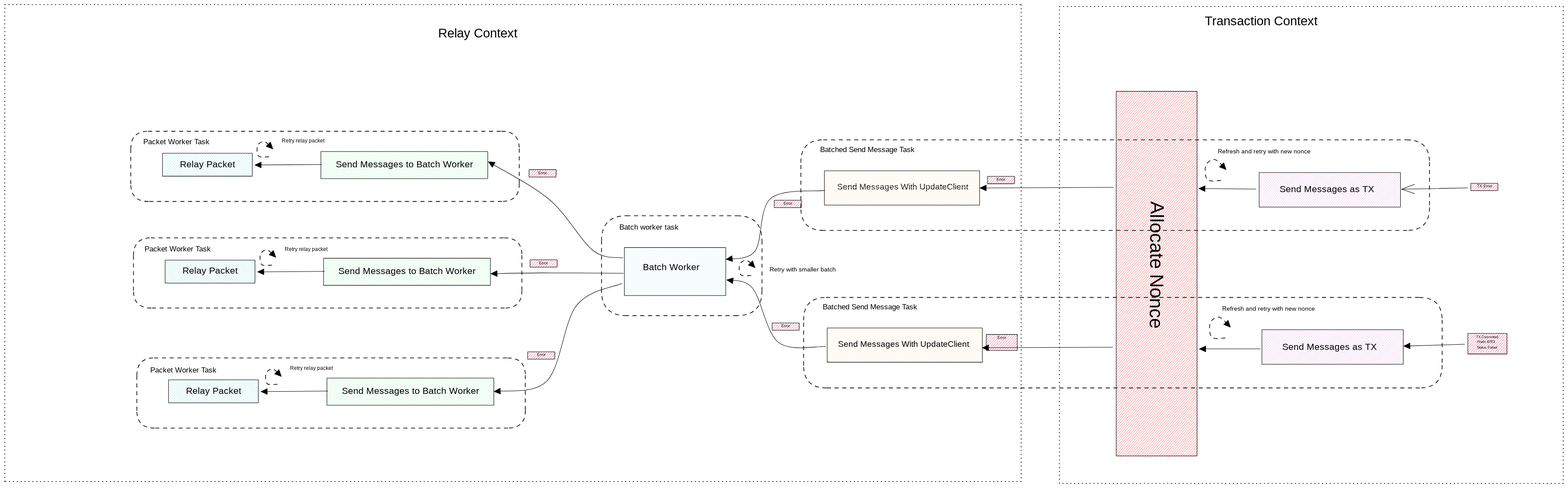
Above: docs/architecture/assets/concurrency-architecture-3.svg in informalsystems/hermes (Excalidraw), before the change. Source tidied: one line per element, renumbered; positions are measured from the earlier drawing's top-left corner, leaving out a move shared by most shapes.
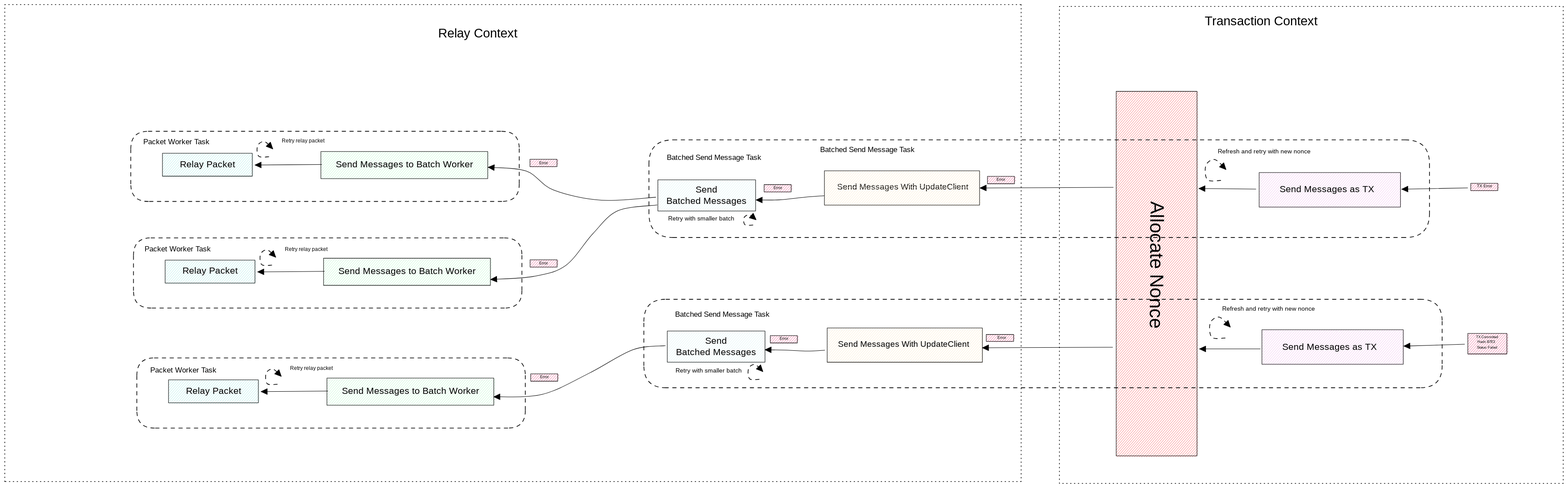
Later version of the same file.

Commit message:
Finish second section for concurrency architecture

The edit, as a diff of the source:
```diff
@@ -1,8 +1,8 @@
-{"id": 0, "type": "rectangle", "strokeColor": "#000000", "backgroundColor": "#e64980", "fillStyle": "hachure", "strokeWidth": 1, "roughness": 0, "x": 1150, "y": 362, "width": 59, "height": 16}
+{"id": 0, "type": "rectangle", "strokeColor": "#000000", "backgroundColor": "#e64980", "fillStyle": "hachure", "strokeWidth": 1, "roughness": 0, "x": 1152, "y": 339, "width": 59, "height": 16}
 {"id": 1, "type": "rectangle", "strokeColor": "#000000", "backgroundColor": "#e64980", "fillStyle": "hachure", "strokeWidth": 1, "roughness": 0, "x": 1152, "y": 560, "width": 59, "height": 16}
-{"id": 2, "type": "rectangle", "strokeColor": "#000000", "backgroundColor": "#e64980", "fillStyle": "hachure", "strokeWidth": 1, "roughness": 0, "x": 1147, "y": 762, "width": 59, "height": 16}
+{"id": 2, "type": "rectangle", "strokeColor": "#000000", "backgroundColor": "#e64980", "fillStyle": "hachure", "strokeWidth": 1, "roughness": 0, "x": 1154, "y": 810, "width": 59, "height": 16}
-{"id": 3, "type": "rectangle", "strokeColor": "#000000", "backgroundColor": "#e64980", "fillStyle": "hachure", "strokeWidth": 1, "roughness": 0, "x": 1683, "y": 698, "width": 59, "height": 16}
+{"id": 3, "type": "rectangle", "strokeColor": "#000000", "backgroundColor": "#e64980", "fillStyle": "hachure", "strokeWidth": 1, "roughness": 0, "x": 1679, "y": 726, "width": 59, "height": 16}
-{"id": 4, "type": "rectangle", "strokeColor": "#000000", "backgroundColor": "#e64980", "fillStyle": "hachure", "strokeWidth": 1, "roughness": 0, "x": 1688, "y": 429, "width": 59, "height": 16}
+{"id": 4, "type": "rectangle", "strokeColor": "#000000", "backgroundColor": "#e64980", "fillStyle": "hachure", "strokeWidth": 1, "roughness": 0, "x": 1666, "y": 395, "width": 59, "height": 16}
 {"id": 5, "type": "rectangle", "strokeColor": "#000000", "backgroundColor": "#e64980", "fillStyle": "hachure", "strokeWidth": 1, "roughness": 0, "x": 2156, "y": 377, "width": 59, "height": 16}
-{"id": 6, "type": "rectangle", "strokeColor": "#000000", "backgroundColor": "#e64980", "fillStyle": "hachure", "strokeWidth": 1, "roughness": 0, "x": 2153, "y": 724, "width": 68, "height": 35}
+{"id": 6, "type": "rectangle", "strokeColor": "#000000", "backgroundColor": "#e64980", "fillStyle": "hachure", "strokeWidth": 1, "roughness": 0, "x": 2153, "y": 723, "width": 60, "height": 15}
 {"id": 7, "type": "rectangle", "strokeColor": "#000000", "backgroundColor": "#e64980", "fillStyle": "hachure", "strokeWidth": 1, "roughness": 0, "x": 3210, "y": 721, "width": 86, "height": 45}
@@ -12,3 +12,2 @@
 {"id": 11, "type": "rectangle", "strokeColor": "#000000", "backgroundColor": "#fa5252", "fillStyle": "hachure", "strokeWidth": 1, "roughness": 0, "x": 2438, "y": 190, "width": 177, "height": 799}
-{"id": 12, "type": "rectangle", "strokeColor": "#000000", "backgroundColor": "#d4f1f4", "fillStyle": "hachure", "strokeWidth": 1, "roughness": 0, "x": 1359, "y": 533, "width": 222, "height": 105}
 {"id": 13, "type": "rectangle", "strokeColor": "#000000", "backgroundColor": "#a0e7e5", "fillStyle": "hachure", "strokeWidth": 1, "roughness": 0, "x": 346, "y": 326, "width": 197, "height": 50}
@@ -18,3 +17,3 @@
 {"id": 17, "type": "rectangle", "strokeColor": "#000000", "backgroundColor": "#b4f8c8", "fillStyle": "hachure", "strokeWidth": 1, "roughness": 0, "x": 699, "y": 556, "width": 366, "height": 60}
-{"id": 18, "type": "rectangle", "strokeColor": "#000000", "backgroundColor": "#b4f8c8", "fillStyle": "hachure", "strokeWidth": 1, "roughness": 0, "x": 693, "y": 322, "width": 366, "height": 60}
+{"id": 18, "type": "rectangle", "strokeColor": "#000000", "backgroundColor": "#b4f8c8", "fillStyle": "hachure", "strokeWidth": 1, "roughness": 0, "x": 694, "y": 322, "width": 366, "height": 60}
 {"id": 19, "type": "text", "text": "Relay Context", "strokeColor": "#000000", "strokeWidth": 1, "roughness": 0, "fontSize": 28, "fontFamily": 1, "textAlign": "center", "x": 938, "y": 47, "width": 199, "height": 35}
@@ -36,9 +35,5 @@
 {"id": 35, "type": "text", "text": "Packet Worker Task", "strokeColor": "#000000", "strokeWidth": 1, "roughness": 0, "fontSize": 16, "fontFamily": 1, "textAlign": "center", "x": 310, "y": 793, "width": 164, "height": 20}
-{"id": 36, "type": "text", "text": "Batch Worker", "strokeColor": "#000000", "backgroundColor": "#d4f1f4", "fillStyle": "hachure", "strokeWidth": 1, "roughness": 0, "fontSize": 20, "fontFamily": 1, "textAlign": "center", "x": 1395, "y": 566, "width": 135, "height": 25}
-{"id": 37, "type": "arrow", "strokeColor": "#000000", "strokeWidth": 1, "roughness": 0, "startArrowhead": "triangle", "from": 18, "to": 12, "x": 1061, "y": 345, "width": 295, "height": 211, "points": [[0, 0], [134, 83], [229, 194], [295, 211]]}
-{"id": 38, "type": "arrow", "strokeColor": "#000000", "strokeWidth": 1, "roughness": 0, "startArrowhead": "triangle", "from": 17, "to": 12, "x": 1067, "y": 590, "width": 291, "height": 2, "points": [[0, 0], [111, -2], [291, -1]]}
-{"id": 39, "type": "arrow", "strokeColor": "#000000", "strokeWidth": 1, "roughness": 0, "startArrowhead": "triangle", "from": 16, "to": 12, "x": 1074, "y": 849, "width": 281, "height": 237, "points": [[0, 0], [116, -24], [180, -188], [281, -237]]}
 {"id": 40, "type": "text", "text": "Send Messages With UpdateClient", "strokeColor": "#000000", "backgroundColor": "#fbe7c6", "fillStyle": "hachure", "strokeWidth": 1, "roughness": 0, "fontSize": 17.69, "fontFamily": 1, "textAlign": "center", "x": 1822, "y": 391, "width": 296, "height": 22}
 {"id": 41, "type": "rectangle", "strokeColor": "#000000", "backgroundColor": "#fbe7c6", "fillStyle": "hachure", "strokeWidth": 1, "roughness": 0, "x": 1798, "y": 365, "width": 340, "height": 75}
-{"id": 42, "type": "rectangle", "strokeColor": "#000000", "strokeWidth": 1, "strokeStyle": "dashed", "roughness": 0, "x": 1746, "y": 297, "width": 1379, "height": 199}
+{"id": 42, "type": "rectangle", "strokeColor": "#000000", "strokeWidth": 1, "strokeStyle": "dashed", "roughness": 0, "x": 1413, "y": 297, "width": 1712, "height": 214}
 {"id": 43, "type": "rectangle", "strokeColor": "#000000", "strokeWidth": 1, "strokeStyle": "dotted", "roughness": 0, "x": 0, "y": 0, "width": 2230, "height": 1046}
@@ -48,7 +43,5 @@
 {"id": 47, "type": "rectangle", "strokeColor": "#000000", "backgroundColor": "#fbe7c6", "fillStyle": "hachure", "strokeWidth": 1, "roughness": 0, "x": 1804, "y": 709, "width": 340, "height": 75}
-{"id": 48, "type": "rectangle", "strokeColor": "#000000", "strokeWidth": 1, "strokeStyle": "dashed", "roughness": 0, "x": 1753, "y": 642, "width": 1401, "height": 199}
+{"id": 48, "type": "rectangle", "strokeColor": "#000000", "strokeWidth": 1, "strokeStyle": "dashed", "roughness": 0, "x": 1402, "y": 646, "width": 1751, "height": 194}
-{"id": 49, "type": "text", "text": "Batched Send Message Task", "strokeColor": "#000000", "strokeWidth": 1, "strokeStyle": "dotted", "roughness": 0, "fontSize": 16, "fontFamily": 1, "textAlign": "center", "x": 1782, "y": 655, "width": 232, "height": 20}
+{"id": 49, "type": "text", "text": "Batched Send Message Task", "strokeColor": "#000000", "strokeWidth": 1, "strokeStyle": "dotted", "roughness": 0, "fontSize": 16, "fontFamily": 1, "textAlign": "center", "x": 1458, "y": 671, "width": 232, "height": 20}
 {"id": 50, "type": "text", "text": "Send Messages as TX", "strokeColor": "#000000", "backgroundColor": "#eeb5eb", "fillStyle": "hachure", "strokeWidth": 1, "roughness": 0, "fontSize": 20, "fontFamily": 1, "textAlign": "center", "x": 2796, "y": 740, "width": 221, "height": 25}
-{"id": 51, "type": "arrow", "strokeColor": "#000000", "strokeWidth": 1, "roughness": 0, "startArrowhead": "triangle", "from": 12, "x": 1583, "y": 559, "width": 216, "height": 151, "points": [[0, 0], [64, -19], [97, -133], [216, -151]]}
-{"id": 52, "type": "arrow", "strokeColor": "#000000", "strokeWidth": 1, "roughness": 0, "startArrowhead": "triangle", "from": 12, "to": 47, "x": 1584, "y": 604, "width": 216, "height": 146, "points": [[0, 0], [57, 18], [113, 137], [216, 146]]}
 {"id": 53, "type": "arrow", "strokeColor": "#000000", "strokeWidth": 1, "roughness": 0, "startArrowhead": "triangle", "from": 41, "to": 11, "x": 2140, "y": 402, "width": 292, "height": 1, "points": [[0, 0], [292, -1]]}
@@ -57,3 +50,3 @@
 {"id": 56, "type": "arrow", "strokeColor": "#000000", "strokeWidth": 1, "roughness": 0, "startArrowhead": "triangle", "from": 11, "to": 9, "x": 2621, "y": 755, "width": 133, "height": 0, "points": [[0, 0], [133, 0]]}
-{"id": 57, "type": "arrow", "strokeColor": "#000000", "strokeWidth": 1, "roughness": 0, "startArrowhead": "arrow", "from": 10, "to": 8, "x": 3065, "y": 405, "width": 145, "height": 3, "points": [[0, 0], [145, -3]]}
+{"id": 57, "type": "arrow", "strokeColor": "#000000", "strokeWidth": 1, "roughness": 0, "startArrowhead": "triangle", "from": 10, "to": 8, "x": 3065, "y": 405, "width": 145, "height": 3, "points": [[0, 0], [145, -3]]}
 {"id": 58, "type": "arrow", "strokeColor": "#000000", "strokeWidth": 1, "roughness": 0, "startArrowhead": "triangle", "from": 9, "to": 7, "x": 3069, "y": 749, "width": 133, "height": 4, "points": [[0, 0], [133, -4]]}
@@ -65,3 +58,3 @@
 {"id": 64, "type": "text", "text": "Error", "strokeColor": "#000000", "strokeWidth": 1, "roughness": 0, "fontSize": 8.7, "fontFamily": 1, "textAlign": "center", "x": 2175, "y": 727, "width": 24, "height": 11}
-{"id": 65, "type": "text", "text": "Send Messages With UpdateClient", "strokeColor": "#000000", "backgroundColor": "#fbe7c6", "fillStyle": "hachure", "strokeWidth": 1, "roughness": 0, "fontSize": 17.69, "fontFamily": 1, "textAlign": "center", "x": 1823, "y": 736, "width": 296, "height": 22}
+{"id": 65, "type": "text", "text": "Send Messages With UpdateClient", "strokeColor": "#000000", "backgroundColor": "#fbe7c6", "fillStyle": "hachure", "strokeWidth": 1, "roughness": 0, "fontSize": 17.69, "fontFamily": 1, "textAlign": "center", "x": 1824, "y": 735, "width": 296, "height": 22}
 {"id": 66, "type": "text", "text": "Status: Failed", "strokeColor": "#000000", "strokeWidth": 1, "roughness": 0, "fontSize": 7.84, "fontFamily": 1, "textAlign": "center", "x": 3223, "y": 748, "width": 58, "height": 10}
@@ -71,7 +64,7 @@
 {"id": 70, "type": "text", "text": "Refresh and retry with new nonce", "strokeColor": "#000000", "backgroundColor": "#ffaebc", "fillStyle": "hachure", "strokeWidth": 1, "strokeStyle": "dashed", "roughness": 0, "fontSize": 13.43, "fontFamily": 1, "textAlign": "center", "x": 2662, "y": 661, "width": 222, "height": 17}
-{"id": 71, "type": "text", "text": "Error", "strokeColor": "#000000", "backgroundColor": "#e64980", "fillStyle": "hachure", "strokeWidth": 1, "roughness": 0, "fontSize": 8.7, "fontFamily": 1, "textAlign": "center", "x": 1706, "y": 432, "width": 24, "height": 11}
+{"id": 71, "type": "text", "text": "Error", "strokeColor": "#000000", "backgroundColor": "#e64980", "fillStyle": "hachure", "strokeWidth": 1, "roughness": 0, "fontSize": 8.7, "fontFamily": 1, "textAlign": "center", "x": 1684, "y": 397, "width": 24, "height": 11}
-{"id": 72, "type": "text", "text": "Error", "strokeColor": "#000000", "backgroundColor": "#e64980", "fillStyle": "hachure", "strokeWidth": 1, "roughness": 0, "fontSize": 8.7, "fontFamily": 1, "textAlign": "center", "x": 1701, "y": 701, "width": 24, "height": 11}
+{"id": 72, "type": "text", "text": "Error", "strokeColor": "#000000", "backgroundColor": "#e64980", "fillStyle": "hachure", "strokeWidth": 1, "roughness": 0, "fontSize": 8.7, "fontFamily": 1, "textAlign": "center", "x": 1697, "y": 729, "width": 24, "height": 11}
-{"id": 73, "type": "text", "text": "Error", "strokeColor": "#000000", "strokeWidth": 1, "roughness": 0, "fontSize": 8.7, "fontFamily": 1, "textAlign": "center", "x": 1168, "y": 366, "width": 24, "height": 11}
+{"id": 73, "type": "text", "text": "Error", "strokeColor": "#000000", "strokeWidth": 1, "roughness": 0, "fontSize": 8.7, "fontFamily": 1, "textAlign": "center", "x": 1170, "y": 343, "width": 24, "height": 11}
 {"id": 74, "type": "text", "text": "Error", "strokeColor": "#000000", "strokeWidth": 1, "roughness": 0, "fontSize": 8.7, "fontFamily": 1, "textAlign": "center", "x": 1170, "y": 563, "width": 24, "height": 11}
-{"id": 75, "type": "text", "text": "Error", "strokeColor": "#000000", "strokeWidth": 1, "roughness": 0, "fontSize": 8.7, "fontFamily": 1, "textAlign": "center", "x": 1165, "y": 764, "width": 24, "height": 11}
+{"id": 75, "type": "text", "text": "Error", "strokeColor": "#000000", "strokeWidth": 1, "roughness": 0, "fontSize": 8.7, "fontFamily": 1, "textAlign": "center", "x": 1172, "y": 812, "width": 24, "height": 11}
 {"id": 76, "type": "arrow", "strokeColor": "#000000", "backgroundColor": "#ffaebc", "fillStyle": "hachure", "strokeWidth": 1, "strokeStyle": "dashed", "roughness": 0, "endArrowhead": "triangle", "to": 77, "x": 598, "y": 833, "width": 33, "height": 33, "points": [[0, 0], [-22, -1], [-25, -24], [-10, -33], [8, -18]]}
@@ -82,5 +75,15 @@
 {"id": 81, "type": "text", "text": "Retry relay packet", "strokeColor": "#000000", "backgroundColor": "#ffaebc", "fillStyle": "hachure", "strokeWidth": 1, "strokeStyle": "dashed", "roughness": 0, "fontSize": 11.37, "fontFamily": 1, "textAlign": "center", "x": 600, "y": 292, "width": 108, "height": 14}
-{"id": 82, "type": "rectangle", "strokeColor": "#000000", "strokeWidth": 1, "strokeStyle": "dashed", "roughness": 0, "x": 1309, "y": 463, "width": 352, "height": 219}
-{"id": 83, "type": "text", "text": "Batch worker task", "strokeColor": "#000000", "strokeWidth": 1, "strokeStyle": "dashed", "roughness": 0, "fontSize": 16, "fontFamily": 1, "x": 1349, "y": 480, "width": 150, "height": 20}
-{"id": 84, "type": "arrow", "strokeColor": "#000000", "backgroundColor": "#ffaebc", "fillStyle": "hachure", "strokeWidth": 1, "strokeStyle": "dashed", "roughness": 0, "endArrowhead": "triangle", "x": 1637, "y": 594, "width": 33, "height": 33, "points": [[0, 0], [-22, -1], [-25, -24], [-10, -33], [8, -18]]}
-{"id": 85, "type": "text", "text": "Retry with smaller batch", "strokeColor": "#000000", "backgroundColor": "#d0b49f", "fillStyle": "hachure", "strokeWidth": 1, "strokeStyle": "dashed", "roughness": 0, "fontSize": 12.96, "fontFamily": 1, "textAlign": "center", "x": 1671, "y": 574, "width": 159, "height": 16}
+{"id": 85, "type": "text", "text": "Retry with smaller batch", "strokeColor": "#000000", "backgroundColor": "#d0b49f", "fillStyle": "hachure", "strokeWidth": 1, "strokeStyle": "dashed", "roughness": 0, "fontSize": 12.96, "fontFamily": 1, "textAlign": "center", "x": 1465, "y": 796, "width": 159, "height": 16}
+{"id": 86, "type": "rectangle", "strokeColor": "#000000", "backgroundColor": "#d4f1f4", "fillStyle": "hachure", "strokeWidth": 1, "roughness": 0, "x": 1453, "y": 716, "width": 214, "height": 68}
+{"id": 87, "type": "text", "text": "Send\nBatched Messages", "strokeColor": "#000000", "backgroundColor": "#d4f1f4", "fillStyle": "hachure", "strokeWidth": 1, "roughness": 0, "fontSize": 20, "fontFamily": 1, "textAlign": "center", "x": 1467, "y": 727, "width": 187, "height": 50}
+{"id": 88, "type": "arrow", "strokeColor": "#000000", "strokeWidth": 1, "roughness": 0, "startArrowhead": "triangle", "from": 18, "to": 94, "x": 1060, "y": 357, "width": 368, "height": 72, "points": [[0, 0], [84, 8], [143, 50], [249, 72], [368, 66]]}
+{"id": 89, "type": "arrow", "strokeColor": "#000000", "strokeWidth": 1, "roughness": 0, "startArrowhead": "triangle", "from": 17, "to": 95, "x": 1066, "y": 603, "width": 365, "height": 163, "points": [[0, 0], [94, -7], [165, -31], [224, -100], [279, -151], [365, -163]]}
+{"id": 90, "type": "arrow", "strokeColor": "#000000", "strokeWidth": 1, "roughness": 0, "startArrowhead": "triangle", "to": 86, "x": 1073, "y": 860, "width": 376, "height": 112, "points": [[0, 0], [107, -5], [211, -52], [305, -103], [376, -112]]}
+{"id": 91, "type": "text", "text": "Batched Send Message Task", "strokeColor": "#000000", "strokeWidth": 1, "strokeStyle": "dotted", "roughness": 0, "fontSize": 16, "fontFamily": 1, "textAlign": "center", "x": 1440, "y": 327, "width": 232, "height": 20}
+{"id": 92, "type": "arrow", "strokeColor": "#000000", "strokeWidth": 1, "roughness": 0, "startArrowhead": "triangle", "from": 95, "to": 41, "x": 1648, "y": 429, "width": 150, "height": 9, "points": [[0, 0], [51, 0], [108, -6], [150, -9]]}
+{"id": 93, "type": "arrow", "strokeColor": "#000000", "strokeWidth": 1, "roughness": 0, "startArrowhead": "triangle", "from": 87, "to": 47, "x": 1668, "y": 757, "width": 131, "height": 3, "points": [[0, 0], [51, 1], [93, 3], [131, 1]]}
+{"id": 94, "type": "rectangle", "strokeColor": "#000000", "backgroundColor": "#d4f1f4", "fillStyle": "hachure", "strokeWidth": 1, "roughness": 0, "x": 1433, "y": 384, "width": 214, "height": 68}
+{"id": 95, "type": "text", "text": "Send\nBatched Messages", "strokeColor": "#000000", "backgroundColor": "#d4f1f4", "fillStyle": "hachure", "strokeWidth": 1, "roughness": 0, "fontSize": 20, "fontFamily": 1, "textAlign": "center", "x": 1446, "y": 395, "width": 187, "height": 50}
+{"id": 96, "type": "arrow", "strokeColor": "#000000", "backgroundColor": "#ffaebc", "fillStyle": "hachure", "strokeWidth": 1, "strokeStyle": "dashed", "roughness": 0, "endArrowhead": "triangle", "x": 1664, "y": 835, "width": 31, "height": 33, "points": [[-9, -13], [-30, -14], [-33, -37], [-19, -46], [-1, -30]]}
+{"id": 97, "type": "text", "text": "Retry with smaller batch", "strokeColor": "#000000", "backgroundColor": "#d0b49f", "fillStyle": "hachure", "strokeWidth": 1, "strokeStyle": "dashed", "roughness": 0, "fontSize": 12.96, "fontFamily": 1, "textAlign": "center", "x": 1448, "y": 462, "width": 159, "height": 16}
+{"id": 98, "type": "arrow", "strokeColor": "#000000", "backgroundColor": "#ffaebc", "fillStyle": "hachure", "strokeWidth": 1, "strokeStyle": "dashed", "roughness": 0, "endArrowhead": "triangle", "x": 1641, "y": 480, "width": 26, "height": 22, "points": [[1, 3], [-17, 3], [-19, -13], [-7, -19], [7, -8]]}
```
